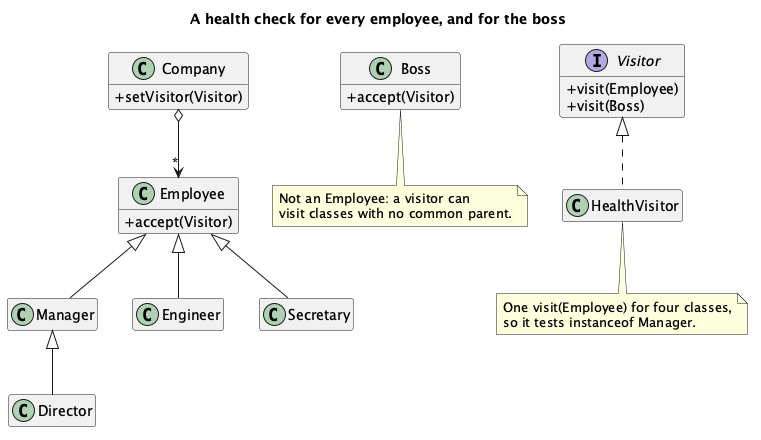
Earlier version of the PlantUML export src/main/java/dev/kaldiroglu/dp/behavioral/visitor/factory/uml/Visitor - Factory - Class Diagram.png (kaldiroglu/DesignPatternsWithJava).
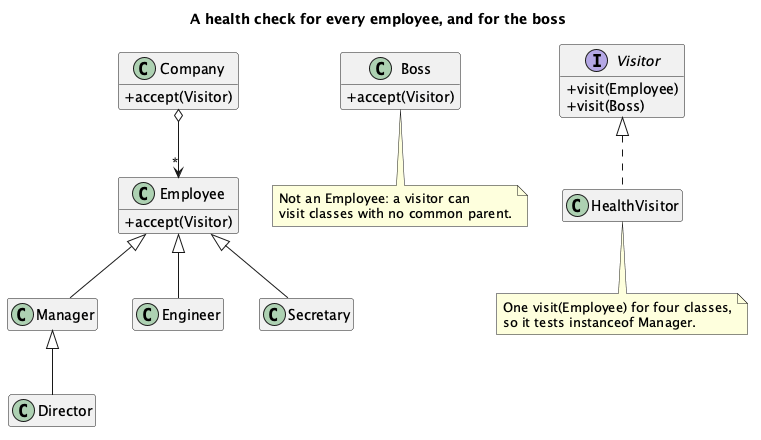
The same diagram one commit later.

Commit message:
Visitor: fix the older examples

Diff of the diagram source:
```diff
@@ -18,7 +18,7 @@
 }
 class HealthVisitor
 class Company {
-  + setVisitor(Visitor)
+  + accept(Visitor)
 }
 Employee <|-- Manager
 Manager <|-- Director
```
